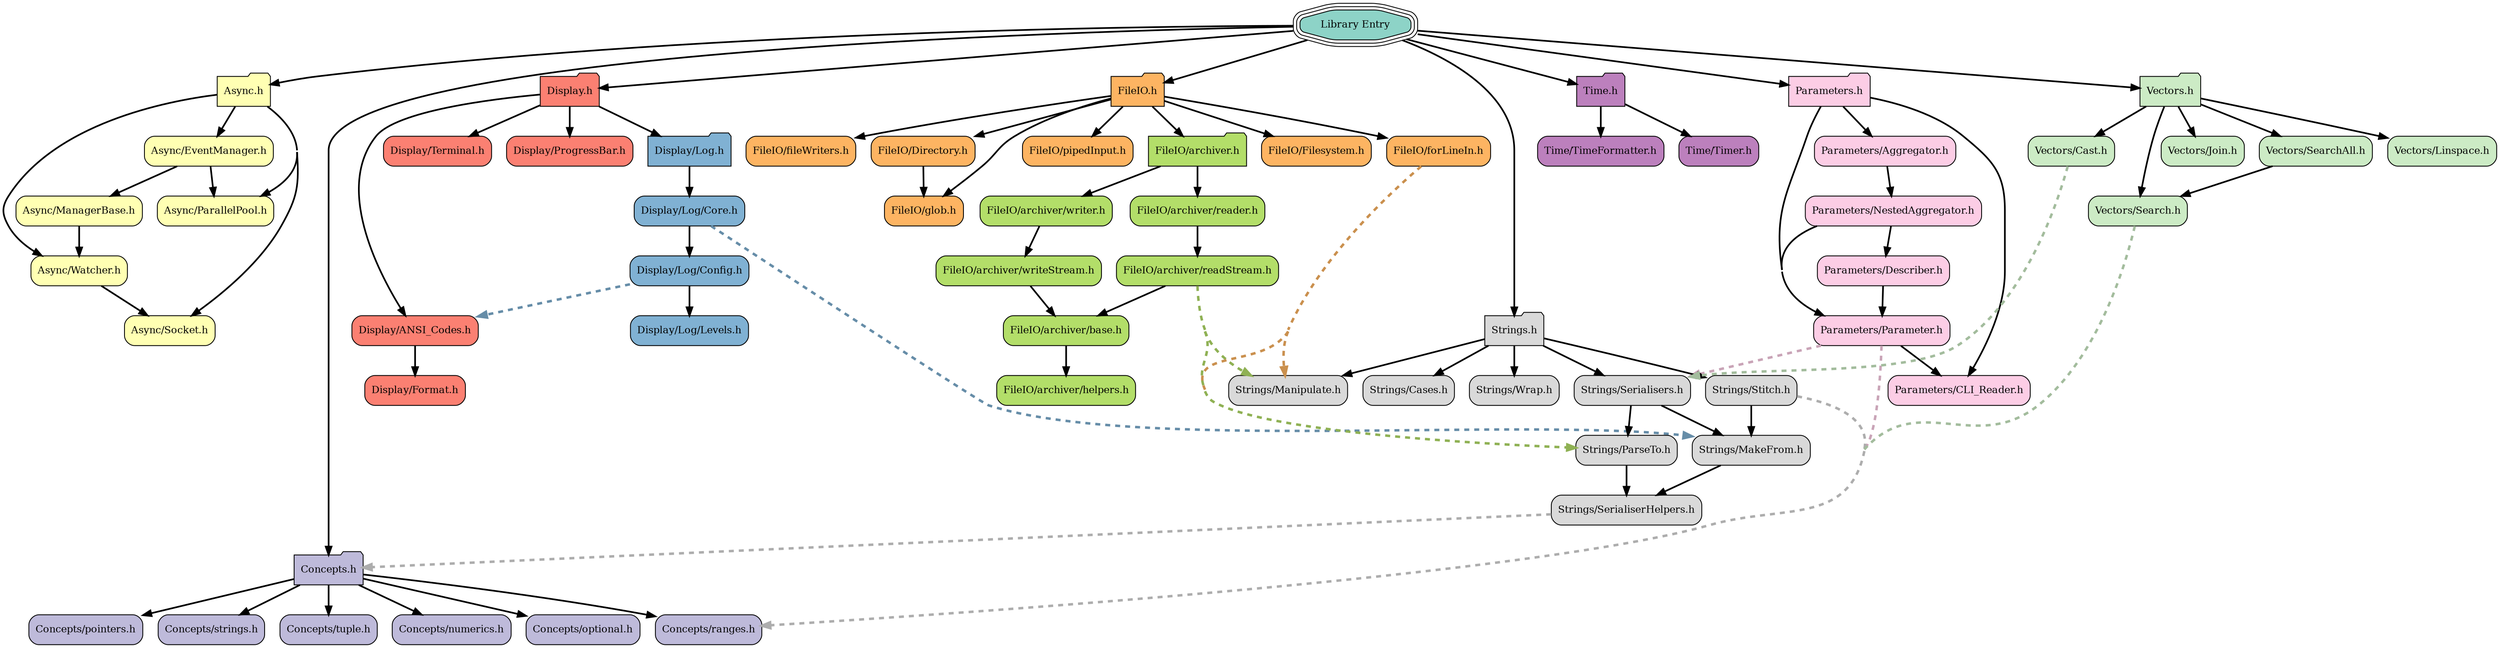
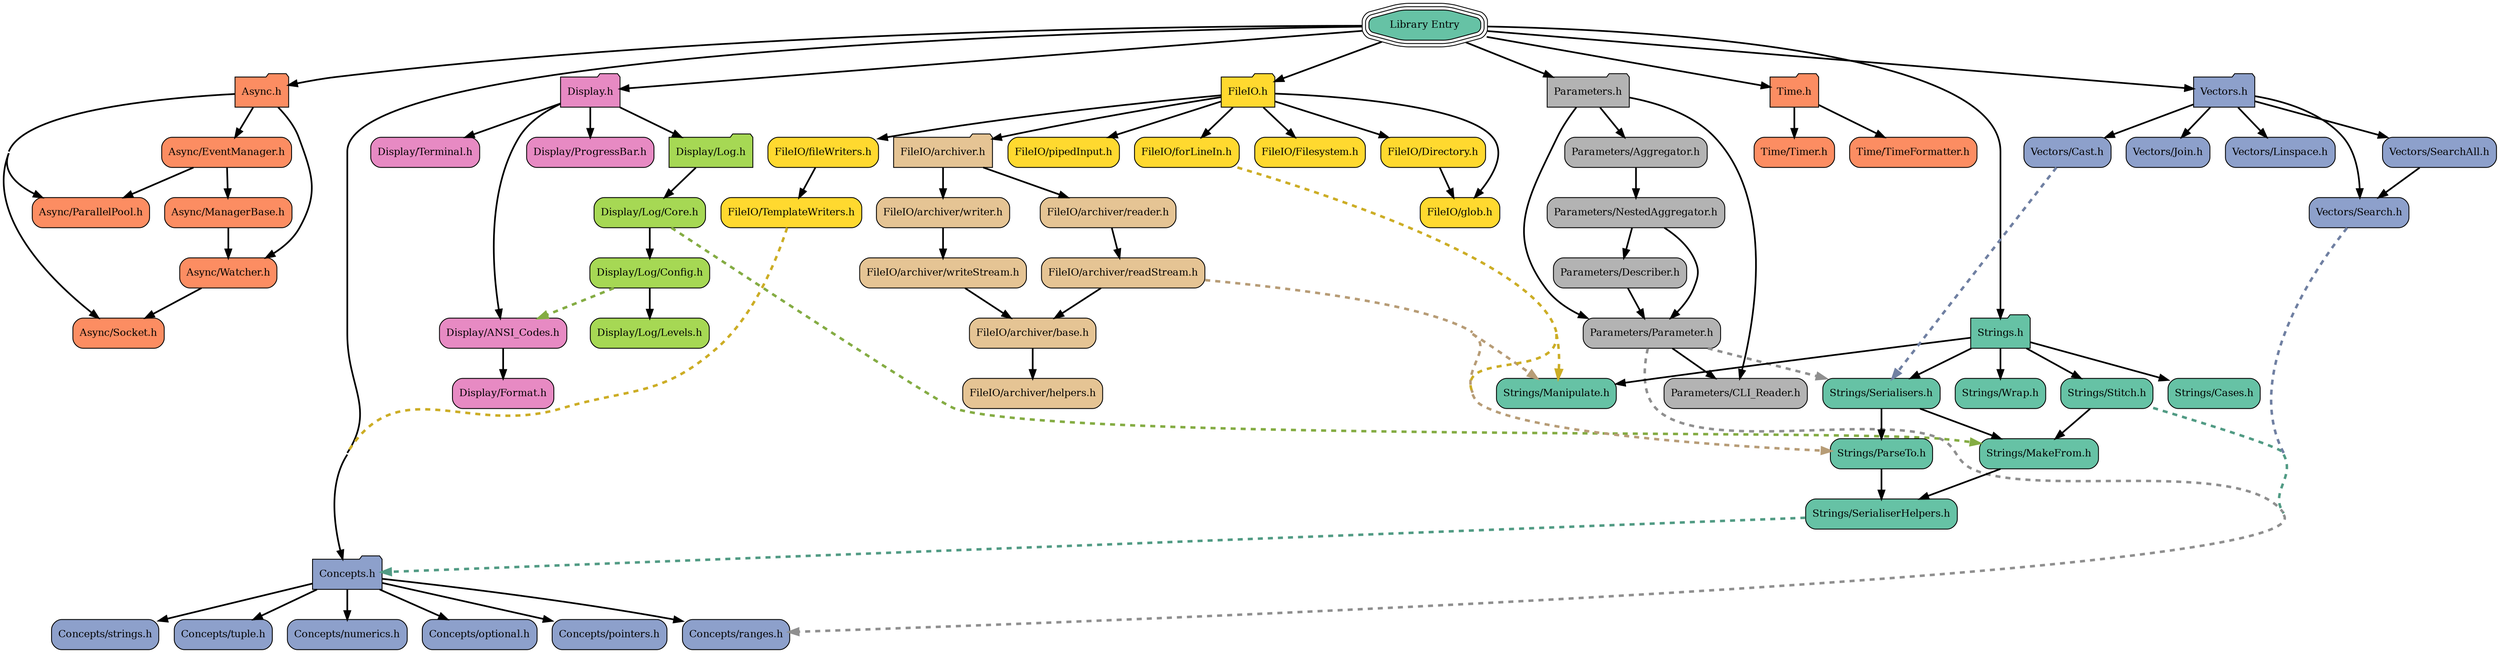
digraph codeviz{
	concentrate=true
	splines=true
	sep="+15,+15"
	overlap=false

	node[shape=Mrecord,fontsize=12]

- 	node [fillcolor="#8dd3c7", style="rounded,filled", shape=tripleoctagon,color="#000000"] "JSL.h"                         [label="Library Entry"]
- 	node [fillcolor="#ffffb3", style="rounded,filled", shape=folder,color="#000000"] "Async.h"                       [label="Async.h"]
- 	node [fillcolor="#ffffb3", style="rounded,filled", shape=box,color="#000000"] "Async/EventManager.h"          [label="Async/EventManager.h"]
- 	node [fillcolor="#ffffb3", style="rounded,filled", shape=box,color="#000000"] "Async/ManagerBase.h"           [label="Async/ManagerBase.h"]
- 	node [fillcolor="#ffffb3", style="rounded,filled", shape=box,color="#000000"] "Async/ParallelPool.h"          [label="Async/ParallelPool.h"]
- 	node [fillcolor="#ffffb3", style="rounded,filled", shape=box,color="#000000"] "Async/Socket.h"                [label="Async/Socket.h"]
- 	node [fillcolor="#ffffb3", style="rounded,filled", shape=box,color="#000000"] "Async/Watcher.h"               [label="Async/Watcher.h"]
- 	node [fillcolor="#bebada", style="rounded,filled", shape=folder,color="#000000"] "Concepts.h"                    [label="Concepts.h"]
- 	node [fillcolor="#bebada", style="rounded,filled", shape=box,color="#000000"] "Concepts/numerics.h"           [label="Concepts/numerics.h"]
- 	node [fillcolor="#bebada", style="rounded,filled", shape=box,color="#000000"] "Concepts/optional.h"           [label="Concepts/optional.h"]
- 	node [fillcolor="#bebada", style="rounded,filled", shape=box,color="#000000"] "Concepts/pointers.h"           [label="Concepts/pointers.h"]
- 	node [fillcolor="#bebada", style="rounded,filled", shape=box,color="#000000"] "Concepts/ranges.h"             [label="Concepts/ranges.h"]
- 	node [fillcolor="#bebada", style="rounded,filled", shape=box,color="#000000"] "Concepts/strings.h"            [label="Concepts/strings.h"]
- 	node [fillcolor="#bebada", style="rounded,filled", shape=box,color="#000000"] "Concepts/tuple.h"              [label="Concepts/tuple.h"]
- 	node [fillcolor="#fb8072", style="rounded,filled", shape=folder,color="#000000"] "Display.h"                     [label="Display.h"]
- 	node [fillcolor="#fb8072", style="rounded,filled", shape=box,color="#000000"] "Display/ANSI_Codes.h"          [label="Display/ANSI_Codes.h"]
- 	node [fillcolor="#fb8072", style="rounded,filled", shape=box,color="#000000"] "Display/Format.h"              [label="Display/Format.h"]
- 	node [fillcolor="#80b1d3", style="rounded,filled", shape=folder,color="#000000"] "Display/Log.h"                 [label="Display/Log.h"]
- 	node [fillcolor="#80b1d3", style="rounded,filled", shape=box,color="#000000"] "Display/Log/Config.h"          [label="Display/Log/Config.h"]
- 	node [fillcolor="#80b1d3", style="rounded,filled", shape=box,color="#000000"] "Display/Log/Core.h"            [label="Display/Log/Core.h"]
- 	node [fillcolor="#80b1d3", style="rounded,filled", shape=box,color="#000000"] "Display/Log/Levels.h"          [label="Display/Log/Levels.h"]
- 	node [fillcolor="#fb8072", style="rounded,filled", shape=box,color="#000000"] "Display/ProgressBar.h"         [label="Display/ProgressBar.h"]
- 	node [fillcolor="#fb8072", style="rounded,filled", shape=box,color="#000000"] "Display/Terminal.h"            [label="Display/Terminal.h"]
- 	node [fillcolor="#fdb462", style="rounded,filled", shape=folder,color="#000000"] "FileIO.h"                      [label="FileIO.h"]
- 	node [fillcolor="#fdb462", style="rounded,filled", shape=box,color="#000000"] "FileIO/Directory.h"            [label="FileIO/Directory.h"]
- 	node [fillcolor="#fdb462", style="rounded,filled", shape=box,color="#000000"] "FileIO/Filesystem.h"           [label="FileIO/Filesystem.h"]
- 	node [fillcolor="#b3de69", style="rounded,filled", shape=folder,color="#000000"] "FileIO/archiver.h"             [label="FileIO/archiver.h"]
- 	node [fillcolor="#b3de69", style="rounded,filled", shape=box,color="#000000"] "FileIO/archiver/base.h"        [label="FileIO/archiver/base.h"]
- 	node [fillcolor="#b3de69", style="rounded,filled", shape=box,color="#000000"] "FileIO/archiver/helpers.h"     [label="FileIO/archiver/helpers.h"]
- 	node [fillcolor="#b3de69", style="rounded,filled", shape=box,color="#000000"] "FileIO/archiver/readStream.h"  [label="FileIO/archiver/readStream.h"]
- 	node [fillcolor="#b3de69", style="rounded,filled", shape=box,color="#000000"] "FileIO/archiver/reader.h"      [label="FileIO/archiver/reader.h"]
- 	node [fillcolor="#b3de69", style="rounded,filled", shape=box,color="#000000"] "FileIO/archiver/writeStream.h" [label="FileIO/archiver/writeStream.h"]
- 	node [fillcolor="#b3de69", style="rounded,filled", shape=box,color="#000000"] "FileIO/archiver/writer.h"      [label="FileIO/archiver/writer.h"]
- 	node [fillcolor="#fdb462", style="rounded,filled", shape=box,color="#000000"] "FileIO/fileWriters.h"          [label="FileIO/fileWriters.h"]
- 	node [fillcolor="#fdb462", style="rounded,filled", shape=box,color="#000000"] "FileIO/forLineIn.h"            [label="FileIO/forLineIn.h"]
- 	node [fillcolor="#fdb462", style="rounded,filled", shape=box,color="#000000"] "FileIO/glob.h"                 [label="FileIO/glob.h"]
- 	node [fillcolor="#fdb462", style="rounded,filled", shape=box,color="#000000"] "FileIO/pipedInput.h"           [label="FileIO/pipedInput.h"]
- 	node [fillcolor="#fccde5", style="rounded,filled", shape=folder,color="#000000"] "Parameters.h"                  [label="Parameters.h"]
- 	node [fillcolor="#fccde5", style="rounded,filled", shape=box,color="#000000"] "Parameters/Aggregator.h"       [label="Parameters/Aggregator.h"]
- 	node [fillcolor="#fccde5", style="rounded,filled", shape=box,color="#000000"] "Parameters/CLI_Reader.h"       [label="Parameters/CLI_Reader.h"]
- 	node [fillcolor="#fccde5", style="rounded,filled", shape=box,color="#000000"] "Parameters/Describer.h"        [label="Parameters/Describer.h"]
- 	node [fillcolor="#fccde5", style="rounded,filled", shape=box,color="#000000"] "Parameters/NestedAggregator.h" [label="Parameters/NestedAggregator.h"]
- 	node [fillcolor="#fccde5", style="rounded,filled", shape=box,color="#000000"] "Parameters/Parameter.h"        [label="Parameters/Parameter.h"]
- 	node [fillcolor="#d9d9d9", style="rounded,filled", shape=folder,color="#000000"] "Strings.h"                     [label="Strings.h"]
- 	node [fillcolor="#d9d9d9", style="rounded,filled", shape=box,color="#000000"] "Strings/Cases.h"               [label="Strings/Cases.h"]
- 	node [fillcolor="#d9d9d9", style="rounded,filled", shape=box,color="#000000"] "Strings/MakeFrom.h"            [label="Strings/MakeFrom.h"]
- 	node [fillcolor="#d9d9d9", style="rounded,filled", shape=box,color="#000000"] "Strings/Manipulate.h"          [label="Strings/Manipulate.h"]
- 	node [fillcolor="#d9d9d9", style="rounded,filled", shape=box,color="#000000"] "Strings/ParseTo.h"             [label="Strings/ParseTo.h"]
- 	node [fillcolor="#d9d9d9", style="rounded,filled", shape=box,color="#000000"] "Strings/SerialiserHelpers.h"   [label="Strings/SerialiserHelpers.h"]
- 	node [fillcolor="#d9d9d9", style="rounded,filled", shape=box,color="#000000"] "Strings/Serialisers.h"         [label="Strings/Serialisers.h"]
- 	node [fillcolor="#d9d9d9", style="rounded,filled", shape=box,color="#000000"] "Strings/Stitch.h"              [label="Strings/Stitch.h"]
- 	node [fillcolor="#d9d9d9", style="rounded,filled", shape=box,color="#000000"] "Strings/Wrap.h"                [label="Strings/Wrap.h"]
- 	node [fillcolor="#bc80bd", style="rounded,filled", shape=folder,color="#000000"] "Time.h"                        [label="Time.h"]
- 	node [fillcolor="#bc80bd", style="rounded,filled", shape=box,color="#000000"] "Time/TimeFormatter.h"          [label="Time/TimeFormatter.h"]
- 	node [fillcolor="#bc80bd", style="rounded,filled", shape=box,color="#000000"] "Time/Timer.h"                  [label="Time/Timer.h"]
- 	node [fillcolor="#ccebc5", style="rounded,filled", shape=folder,color="#000000"] "Vectors.h"                     [label="Vectors.h"]
- 	node [fillcolor="#ccebc5", style="rounded,filled", shape=box,color="#000000"] "Vectors/Cast.h"                [label="Vectors/Cast.h"]
- 	node [fillcolor="#ccebc5", style="rounded,filled", shape=box,color="#000000"] "Vectors/Join.h"                [label="Vectors/Join.h"]
- 	node [fillcolor="#ccebc5", style="rounded,filled", shape=box,color="#000000"] "Vectors/Linspace.h"            [label="Vectors/Linspace.h"]
- 	node [fillcolor="#ccebc5", style="rounded,filled", shape=box,color="#000000"] "Vectors/Search.h"              [label="Vectors/Search.h"]
- 	node [fillcolor="#ccebc5", style="rounded,filled", shape=box,color="#000000"] "Vectors/SearchAll.h"           [label="Vectors/SearchAll.h"]
+ 	node [fillcolor="#66c2a5", style="rounded,filled", shape=tripleoctagon,color="#000000"] "JSL.h"                         [label="Library Entry"]
+ 	node [fillcolor="#fc8d62", style="rounded,filled", shape=folder,color="#000000"] "Async.h"                       [label="Async.h"]
+ 	node [fillcolor="#fc8d62", style="rounded,filled", shape=box,color="#000000"] "Async/EventManager.h"          [label="Async/EventManager.h"]
+ 	node [fillcolor="#fc8d62", style="rounded,filled", shape=box,color="#000000"] "Async/ManagerBase.h"           [label="Async/ManagerBase.h"]
+ 	node [fillcolor="#fc8d62", style="rounded,filled", shape=box,color="#000000"] "Async/ParallelPool.h"          [label="Async/ParallelPool.h"]
+ 	node [fillcolor="#fc8d62", style="rounded,filled", shape=box,color="#000000"] "Async/Socket.h"                [label="Async/Socket.h"]
+ 	node [fillcolor="#fc8d62", style="rounded,filled", shape=box,color="#000000"] "Async/Watcher.h"               [label="Async/Watcher.h"]
+ 	node [fillcolor="#8da0cb", style="rounded,filled", shape=folder,color="#000000"] "Concepts.h"                    [label="Concepts.h"]
+ 	node [fillcolor="#8da0cb", style="rounded,filled", shape=box,color="#000000"] "Concepts/numerics.h"           [label="Concepts/numerics.h"]
+ 	node [fillcolor="#8da0cb", style="rounded,filled", shape=box,color="#000000"] "Concepts/optional.h"           [label="Concepts/optional.h"]
+ 	node [fillcolor="#8da0cb", style="rounded,filled", shape=box,color="#000000"] "Concepts/pointers.h"           [label="Concepts/pointers.h"]
+ 	node [fillcolor="#8da0cb", style="rounded,filled", shape=box,color="#000000"] "Concepts/ranges.h"             [label="Concepts/ranges.h"]
+ 	node [fillcolor="#8da0cb", style="rounded,filled", shape=box,color="#000000"] "Concepts/strings.h"            [label="Concepts/strings.h"]
+ 	node [fillcolor="#8da0cb", style="rounded,filled", shape=box,color="#000000"] "Concepts/tuple.h"              [label="Concepts/tuple.h"]
+ 	node [fillcolor="#e78ac3", style="rounded,filled", shape=folder,color="#000000"] "Display.h"                     [label="Display.h"]
+ 	node [fillcolor="#e78ac3", style="rounded,filled", shape=box,color="#000000"] "Display/ANSI_Codes.h"          [label="Display/ANSI_Codes.h"]
+ 	node [fillcolor="#e78ac3", style="rounded,filled", shape=box,color="#000000"] "Display/Format.h"              [label="Display/Format.h"]
+ 	node [fillcolor="#a6d854", style="rounded,filled", shape=folder,color="#000000"] "Display/Log.h"                 [label="Display/Log.h"]
+ 	node [fillcolor="#a6d854", style="rounded,filled", shape=box,color="#000000"] "Display/Log/Config.h"          [label="Display/Log/Config.h"]
+ 	node [fillcolor="#a6d854", style="rounded,filled", shape=box,color="#000000"] "Display/Log/Core.h"            [label="Display/Log/Core.h"]
+ 	node [fillcolor="#a6d854", style="rounded,filled", shape=box,color="#000000"] "Display/Log/Levels.h"          [label="Display/Log/Levels.h"]
+ 	node [fillcolor="#e78ac3", style="rounded,filled", shape=box,color="#000000"] "Display/ProgressBar.h"         [label="Display/ProgressBar.h"]
+ 	node [fillcolor="#e78ac3", style="rounded,filled", shape=box,color="#000000"] "Display/Terminal.h"            [label="Display/Terminal.h"]
+ 	node [fillcolor="#ffd92f", style="rounded,filled", shape=folder,color="#000000"] "FileIO.h"                      [label="FileIO.h"]
+ 	node [fillcolor="#ffd92f", style="rounded,filled", shape=box,color="#000000"] "FileIO/Directory.h"            [label="FileIO/Directory.h"]
+ 	node [fillcolor="#ffd92f", style="rounded,filled", shape=box,color="#000000"] "FileIO/Filesystem.h"           [label="FileIO/Filesystem.h"]
+ 	node [fillcolor="#ffd92f", style="rounded,filled", shape=box,color="#000000"] "FileIO/TemplateWriters.h"      [label="FileIO/TemplateWriters.h"]
+ 	node [fillcolor="#e5c494", style="rounded,filled", shape=folder,color="#000000"] "FileIO/archiver.h"             [label="FileIO/archiver.h"]
+ 	node [fillcolor="#e5c494", style="rounded,filled", shape=box,color="#000000"] "FileIO/archiver/base.h"        [label="FileIO/archiver/base.h"]
+ 	node [fillcolor="#e5c494", style="rounded,filled", shape=box,color="#000000"] "FileIO/archiver/helpers.h"     [label="FileIO/archiver/helpers.h"]
+ 	node [fillcolor="#e5c494", style="rounded,filled", shape=box,color="#000000"] "FileIO/archiver/readStream.h"  [label="FileIO/archiver/readStream.h"]
+ 	node [fillcolor="#e5c494", style="rounded,filled", shape=box,color="#000000"] "FileIO/archiver/reader.h"      [label="FileIO/archiver/reader.h"]
+ 	node [fillcolor="#e5c494", style="rounded,filled", shape=box,color="#000000"] "FileIO/archiver/writeStream.h" [label="FileIO/archiver/writeStream.h"]
+ 	node [fillcolor="#e5c494", style="rounded,filled", shape=box,color="#000000"] "FileIO/archiver/writer.h"      [label="FileIO/archiver/writer.h"]
+ 	node [fillcolor="#ffd92f", style="rounded,filled", shape=box,color="#000000"] "FileIO/fileWriters.h"          [label="FileIO/fileWriters.h"]
+ 	node [fillcolor="#ffd92f", style="rounded,filled", shape=box,color="#000000"] "FileIO/forLineIn.h"            [label="FileIO/forLineIn.h"]
+ 	node [fillcolor="#ffd92f", style="rounded,filled", shape=box,color="#000000"] "FileIO/glob.h"                 [label="FileIO/glob.h"]
+ 	node [fillcolor="#ffd92f", style="rounded,filled", shape=box,color="#000000"] "FileIO/pipedInput.h"           [label="FileIO/pipedInput.h"]
+ 	node [fillcolor="#b3b3b3", style="rounded,filled", shape=folder,color="#000000"] "Parameters.h"                  [label="Parameters.h"]
+ 	node [fillcolor="#b3b3b3", style="rounded,filled", shape=box,color="#000000"] "Parameters/Aggregator.h"       [label="Parameters/Aggregator.h"]
+ 	node [fillcolor="#b3b3b3", style="rounded,filled", shape=box,color="#000000"] "Parameters/CLI_Reader.h"       [label="Parameters/CLI_Reader.h"]
+ 	node [fillcolor="#b3b3b3", style="rounded,filled", shape=box,color="#000000"] "Parameters/Describer.h"        [label="Parameters/Describer.h"]
+ 	node [fillcolor="#b3b3b3", style="rounded,filled", shape=box,color="#000000"] "Parameters/NestedAggregator.h" [label="Parameters/NestedAggregator.h"]
+ 	node [fillcolor="#b3b3b3", style="rounded,filled", shape=box,color="#000000"] "Parameters/Parameter.h"        [label="Parameters/Parameter.h"]
+ 	node [fillcolor="#66c2a5", style="rounded,filled", shape=folder,color="#000000"] "Strings.h"                     [label="Strings.h"]
+ 	node [fillcolor="#66c2a5", style="rounded,filled", shape=box,color="#000000"] "Strings/Cases.h"               [label="Strings/Cases.h"]
+ 	node [fillcolor="#66c2a5", style="rounded,filled", shape=box,color="#000000"] "Strings/MakeFrom.h"            [label="Strings/MakeFrom.h"]
+ 	node [fillcolor="#66c2a5", style="rounded,filled", shape=box,color="#000000"] "Strings/Manipulate.h"          [label="Strings/Manipulate.h"]
+ 	node [fillcolor="#66c2a5", style="rounded,filled", shape=box,color="#000000"] "Strings/ParseTo.h"             [label="Strings/ParseTo.h"]
+ 	node [fillcolor="#66c2a5", style="rounded,filled", shape=box,color="#000000"] "Strings/SerialiserHelpers.h"   [label="Strings/SerialiserHelpers.h"]
+ 	node [fillcolor="#66c2a5", style="rounded,filled", shape=box,color="#000000"] "Strings/Serialisers.h"         [label="Strings/Serialisers.h"]
+ 	node [fillcolor="#66c2a5", style="rounded,filled", shape=box,color="#000000"] "Strings/Stitch.h"              [label="Strings/Stitch.h"]
+ 	node [fillcolor="#66c2a5", style="rounded,filled", shape=box,color="#000000"] "Strings/Wrap.h"                [label="Strings/Wrap.h"]
+ 	node [fillcolor="#fc8d62", style="rounded,filled", shape=folder,color="#000000"] "Time.h"                        [label="Time.h"]
+ 	node [fillcolor="#fc8d62", style="rounded,filled", shape=box,color="#000000"] "Time/TimeFormatter.h"          [label="Time/TimeFormatter.h"]
+ 	node [fillcolor="#fc8d62", style="rounded,filled", shape=box,color="#000000"] "Time/Timer.h"                  [label="Time/Timer.h"]
+ 	node [fillcolor="#8da0cb", style="rounded,filled", shape=folder,color="#000000"] "Vectors.h"                     [label="Vectors.h"]
+ 	node [fillcolor="#8da0cb", style="rounded,filled", shape=box,color="#000000"] "Vectors/Cast.h"                [label="Vectors/Cast.h"]
+ 	node [fillcolor="#8da0cb", style="rounded,filled", shape=box,color="#000000"] "Vectors/Join.h"                [label="Vectors/Join.h"]
+ 	node [fillcolor="#8da0cb", style="rounded,filled", shape=box,color="#000000"] "Vectors/Linspace.h"            [label="Vectors/Linspace.h"]
+ 	node [fillcolor="#8da0cb", style="rounded,filled", shape=box,color="#000000"] "Vectors/Search.h"              [label="Vectors/Search.h"]
+ 	node [fillcolor="#8da0cb", style="rounded,filled", shape=box,color="#000000"] "Vectors/SearchAll.h"           [label="Vectors/SearchAll.h"]
	"JSL.h"                         -> "Display.h"[weight=10,penwidth=2]
	"JSL.h"                         -> "FileIO.h"[weight=10,penwidth=2]
	"JSL.h"                         -> "Parameters.h"[weight=10,penwidth=2]
	"JSL.h"                         -> "Strings.h"[weight=10,penwidth=2]
	"JSL.h"                         -> "Time.h"[weight=10,penwidth=2]
	"JSL.h"                         -> "Vectors.h"[weight=10,penwidth=2]
	"JSL.h"                         -> "Async.h"[weight=10,penwidth=2]
	"JSL.h"                         -> "Concepts.h"[weight=10,penwidth=2]
	"Async.h"                       -> "Async/Socket.h"[weight=10,penwidth=2]
	"Async.h"                       -> "Async/Watcher.h"[weight=10,penwidth=2]
	"Async.h"                       -> "Async/EventManager.h"[weight=10,penwidth=2]
	"Async.h"                       -> "Async/ParallelPool.h"[weight=10,penwidth=2]
	"Async/EventManager.h"          -> "Async/ManagerBase.h"[weight=10,penwidth=2]
	"Async/EventManager.h"          -> "Async/ParallelPool.h"[weight=10,penwidth=2]
	"Async/ManagerBase.h"           -> "Async/Watcher.h"[weight=10,penwidth=2]
	"Async/Watcher.h"               -> "Async/Socket.h"[weight=10,penwidth=2]
	"Concepts.h"                    -> "Concepts/ranges.h"[weight=10,penwidth=2]
	"Concepts.h"                    -> "Concepts/tuple.h"[weight=10,penwidth=2]
	"Concepts.h"                    -> "Concepts/numerics.h"[weight=10,penwidth=2]
	"Concepts.h"                    -> "Concepts/strings.h"[weight=10,penwidth=2]
	"Concepts.h"                    -> "Concepts/pointers.h"[weight=10,penwidth=2]
	"Concepts.h"                    -> "Concepts/optional.h"[weight=10,penwidth=2]
	"Display.h"                     -> "Display/Log.h"[weight=10,penwidth=2]
	"Display.h"                     -> "Display/ANSI_Codes.h"[weight=10,penwidth=2]
	"Display.h"                     -> "Display/ProgressBar.h"[weight=10,penwidth=2]
	"Display.h"                     -> "Display/Terminal.h"[weight=10,penwidth=2]
	"Display/ANSI_Codes.h"          -> "Display/Format.h"[weight=10,penwidth=2]
	"Display/Log.h"                 -> "Display/Log/Core.h"[weight=10,penwidth=2]
	"Display/Log/Config.h"          -> "Display/Log/Levels.h"[weight=10,penwidth=2]
- 	"Display/Log/Config.h"          -> "Display/ANSI_Codes.h"[style=dashed,penwidth=3,color="#668da8"]
+ 	"Display/Log/Config.h"          -> "Display/ANSI_Codes.h"[style=dashed,penwidth=3,color="#84ac43"]
	"Display/Log/Core.h"            -> "Display/Log/Config.h"[weight=10,penwidth=2]
- 	"Display/Log/Core.h"            -> "Strings/MakeFrom.h"[style=dashed,penwidth=3,color="#668da8"]
+ 	"Display/Log/Core.h"            -> "Strings/MakeFrom.h"[style=dashed,penwidth=3,color="#84ac43"]
	"FileIO.h"                      -> "FileIO/forLineIn.h"[weight=10,penwidth=2]
	"FileIO.h"                      -> "FileIO/Directory.h"[weight=10,penwidth=2]
	"FileIO.h"                      -> "FileIO/Filesystem.h"[weight=10,penwidth=2]
	"FileIO.h"                      -> "FileIO/fileWriters.h"[weight=10,penwidth=2]
	"FileIO.h"                      -> "FileIO/pipedInput.h"[weight=10,penwidth=2]
	"FileIO.h"                      -> "FileIO/archiver.h"[weight=10,penwidth=2]
	"FileIO.h"                      -> "FileIO/glob.h"[weight=10,penwidth=2]
	"FileIO/Directory.h"            -> "FileIO/glob.h"[weight=10,penwidth=2]
+ 	"FileIO/TemplateWriters.h"      -> "Concepts.h"[style=dashed,penwidth=3,color="#ccad25"]
	"FileIO/archiver.h"             -> "FileIO/archiver/writer.h"[weight=10,penwidth=2]
	"FileIO/archiver.h"             -> "FileIO/archiver/reader.h"[weight=10,penwidth=2]
	"FileIO/archiver/base.h"        -> "FileIO/archiver/helpers.h"[weight=10,penwidth=2]
- 	"FileIO/archiver/readStream.h"  -> "Strings/Manipulate.h"[style=dashed,penwidth=3,color="#8fb154"]
- 	"FileIO/archiver/readStream.h"  -> "Strings/ParseTo.h"[style=dashed,penwidth=3,color="#8fb154"]
+ 	"FileIO/archiver/readStream.h"  -> "Strings/Manipulate.h"[style=dashed,penwidth=3,color="#b79c76"]
+ 	"FileIO/archiver/readStream.h"  -> "Strings/ParseTo.h"[style=dashed,penwidth=3,color="#b79c76"]
	"FileIO/archiver/readStream.h"  -> "FileIO/archiver/base.h"[weight=10,penwidth=2]
	"FileIO/archiver/reader.h"      -> "FileIO/archiver/readStream.h"[weight=10,penwidth=2]
	"FileIO/archiver/writeStream.h" -> "FileIO/archiver/base.h"[weight=10,penwidth=2]
	"FileIO/archiver/writer.h"      -> "FileIO/archiver/writeStream.h"[weight=10,penwidth=2]
- 	"FileIO/forLineIn.h"            -> "Strings/Manipulate.h"[style=dashed,penwidth=3,color="#ca904e"]
- 	"FileIO/forLineIn.h"            -> "Strings/ParseTo.h"[style=dashed,penwidth=3,color="#ca904e"]
+ 	"FileIO/fileWriters.h"          -> "FileIO/TemplateWriters.h"[weight=10,penwidth=2]
+ 	"FileIO/forLineIn.h"            -> "Strings/Manipulate.h"[style=dashed,penwidth=3,color="#ccad25"]
+ 	"FileIO/forLineIn.h"            -> "Strings/ParseTo.h"[style=dashed,penwidth=3,color="#ccad25"]
	"Parameters.h"                  -> "Parameters/Parameter.h"[weight=10,penwidth=2]
	"Parameters.h"                  -> "Parameters/Aggregator.h"[weight=10,penwidth=2]
	"Parameters.h"                  -> "Parameters/CLI_Reader.h"[weight=10,penwidth=2]
	"Parameters/Aggregator.h"       -> "Parameters/NestedAggregator.h"[weight=10,penwidth=2]
	"Parameters/Describer.h"        -> "Parameters/Parameter.h"[weight=10,penwidth=2]
	"Parameters/NestedAggregator.h" -> "Parameters/Parameter.h"[weight=10,penwidth=2]
	"Parameters/NestedAggregator.h" -> "Parameters/Describer.h"[weight=10,penwidth=2]
- 	"Parameters/Parameter.h"        -> "Concepts/ranges.h"[style=dashed,penwidth=3,color="#c9a4b7"]
- 	"Parameters/Parameter.h"        -> "Strings/Serialisers.h"[style=dashed,penwidth=3,color="#c9a4b7"]
+ 	"Parameters/Parameter.h"        -> "Concepts/ranges.h"[style=dashed,penwidth=3,color="#8f8f8f"]
+ 	"Parameters/Parameter.h"        -> "Strings/Serialisers.h"[style=dashed,penwidth=3,color="#8f8f8f"]
	"Parameters/Parameter.h"        -> "Parameters/CLI_Reader.h"[weight=10,penwidth=2]
	"Strings.h"                     -> "Strings/Serialisers.h"[weight=10,penwidth=2]
	"Strings.h"                     -> "Strings/Cases.h"[weight=10,penwidth=2]
	"Strings.h"                     -> "Strings/Manipulate.h"[weight=10,penwidth=2]
	"Strings.h"                     -> "Strings/Stitch.h"[weight=10,penwidth=2]
	"Strings.h"                     -> "Strings/Wrap.h"[weight=10,penwidth=2]
	"Strings/MakeFrom.h"            -> "Strings/SerialiserHelpers.h"[weight=10,penwidth=2]
	"Strings/ParseTo.h"             -> "Strings/SerialiserHelpers.h"[weight=10,penwidth=2]
- 	"Strings/SerialiserHelpers.h"   -> "Concepts.h"[style=dashed,penwidth=3,color="#adadad"]
+ 	"Strings/SerialiserHelpers.h"   -> "Concepts.h"[style=dashed,penwidth=3,color="#519b84"]
	"Strings/Serialisers.h"         -> "Strings/MakeFrom.h"[weight=10,penwidth=2]
	"Strings/Serialisers.h"         -> "Strings/ParseTo.h"[weight=10,penwidth=2]
	"Strings/Stitch.h"              -> "Strings/MakeFrom.h"[weight=10,penwidth=2]
- 	"Strings/Stitch.h"              -> "Concepts/ranges.h"[style=dashed,penwidth=3,color="#adadad"]
+ 	"Strings/Stitch.h"              -> "Concepts/ranges.h"[style=dashed,penwidth=3,color="#519b84"]
	"Time.h"                        -> "Time/Timer.h"[weight=10,penwidth=2]
	"Time.h"                        -> "Time/TimeFormatter.h"[weight=10,penwidth=2]
	"Vectors.h"                     -> "Vectors/Cast.h"[weight=10,penwidth=2]
	"Vectors.h"                     -> "Vectors/Search.h"[weight=10,penwidth=2]
	"Vectors.h"                     -> "Vectors/SearchAll.h"[weight=10,penwidth=2]
	"Vectors.h"                     -> "Vectors/Join.h"[weight=10,penwidth=2]
	"Vectors.h"                     -> "Vectors/Linspace.h"[weight=10,penwidth=2]
- 	"Vectors/Cast.h"                -> "Strings/Serialisers.h"[style=dashed,penwidth=3,color="#a3bc9d"]
- 	"Vectors/Search.h"              -> "Concepts/ranges.h"[style=dashed,penwidth=3,color="#a3bc9d"]
+ 	"Vectors/Cast.h"                -> "Strings/Serialisers.h"[style=dashed,penwidth=3,color="#7080a2"]
+ 	"Vectors/Search.h"              -> "Concepts/ranges.h"[style=dashed,penwidth=3,color="#7080a2"]
	"Vectors/SearchAll.h"           -> "Vectors/Search.h"[weight=10,penwidth=2]
}